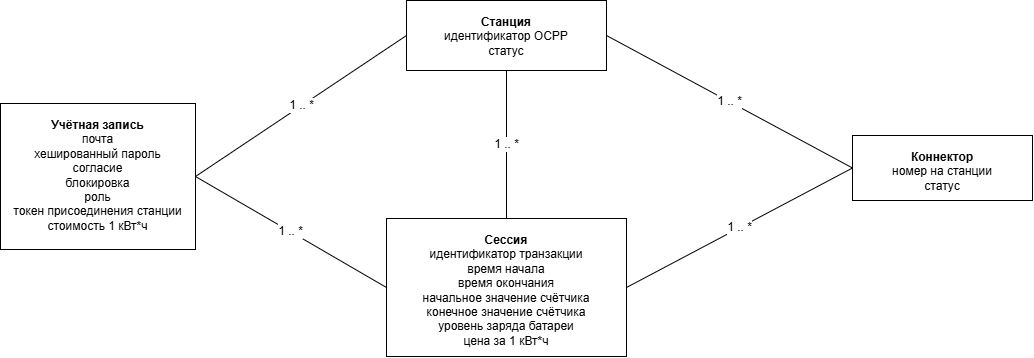
Earlier version of the draw.io export Диаграммы/Модель данных (2.7).png (PetrachkovArtem/diplom). Source tidied: cells renumbered, new cells last; positions are measured from the earlier drawing's top-left corner, leaving out a move shared by most shapes.
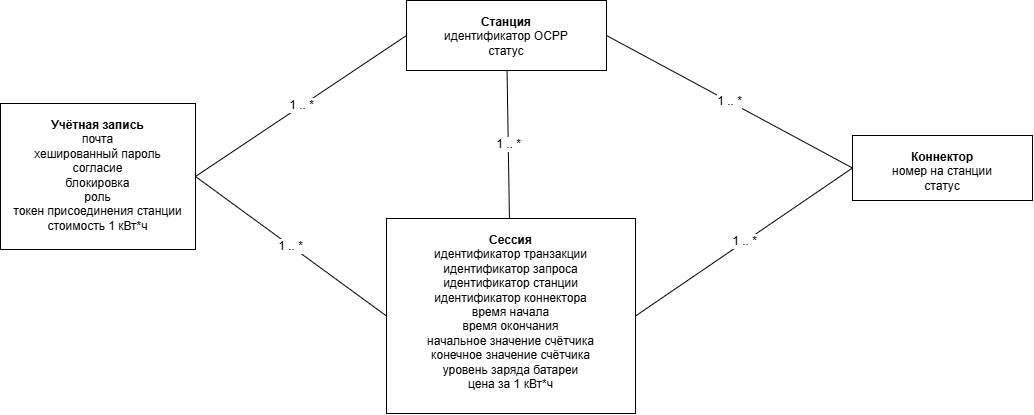
The same file after the commit.

Change to the diagram source:
```diff
@@ -11,8 +11,8 @@
     <mxCell id="4" value="&lt;b&gt;Коннектор&lt;/b&gt;&lt;br&gt;номер на станции&lt;br&gt;статус" style="rounded=0;whiteSpace=wrap;html=1;align=center;verticalAlign=top;spacingTop=8;" parent="1" vertex="1">
       <mxGeometry x="852" y="135" width="180" height="65" as="geometry" />
     </mxCell>
-    <mxCell id="5" value="&lt;div&gt;&lt;b&gt;Сессия&lt;/b&gt;&lt;br&gt;идентификатор транзакции&lt;/div&gt;&lt;div&gt;время начала&lt;/div&gt;&lt;div&gt;время окончания&lt;/div&gt;&lt;div&gt;начальное значение счётчика&lt;/div&gt;&lt;div&gt;конечное значение счётчика&lt;/div&gt;&lt;div&gt;уровень заряда батареи&lt;/div&gt;&lt;div&gt;цена за 1 кВт*ч&lt;/div&gt;" style="rounded=0;whiteSpace=wrap;html=1;align=center;verticalAlign=top;spacingTop=8;" parent="1" vertex="1">
-      <mxGeometry x="386" y="218" width="240" height="138" as="geometry" />
+    <mxCell id="5" value="&lt;div&gt;&lt;b&gt;Сессия&lt;/b&gt;&lt;br&gt;идентификатор транзакции&lt;br&gt;идентификатор запроса&lt;br&gt;идентификатор станции&lt;br&gt;идентификатор коннектора&lt;/div&gt;&lt;div&gt;время начала&lt;/div&gt;&lt;div&gt;время окончания&lt;/div&gt;&lt;div&gt;начальное значение счётчика&lt;/div&gt;&lt;div&gt;конечное значение счётчика&lt;/div&gt;&lt;div&gt;уровень заряда батареи&lt;/div&gt;&lt;div&gt;цена за 1 кВт*ч&lt;/div&gt;" style="rounded=0;whiteSpace=wrap;html=1;align=center;verticalAlign=top;spacingTop=8;" parent="1" vertex="1">
+      <mxGeometry x="386" y="218" width="249" height="195" as="geometry" />
     </mxCell>
     <mxCell id="6" value="1 .. *" style="endArrow=none;html=1;fontSize=12;exitX=1;exitY=0.5;exitDx=0;exitDy=0;entryX=0;entryY=0.5;entryDx=0;entryDy=0;" parent="1" edge="1" source="2" target="3">
       <mxGeometry relative="1" as="geometry" />
```
